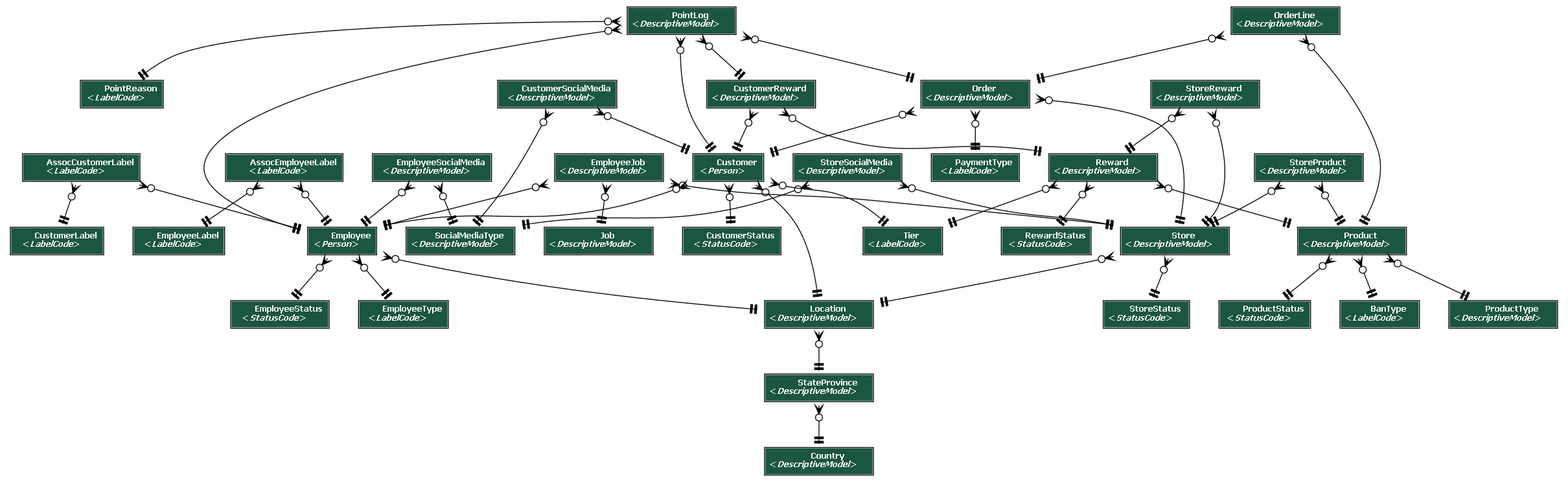
Earlier version of the Graphviz export TechspireSite/TechspireSite/GeneratedFiles/ERD1.png (rebeccahut/TechspireProject). Its source is kept beside it as TechspireSite/TechspireSite/GeneratedFiles/ERD1.dot.
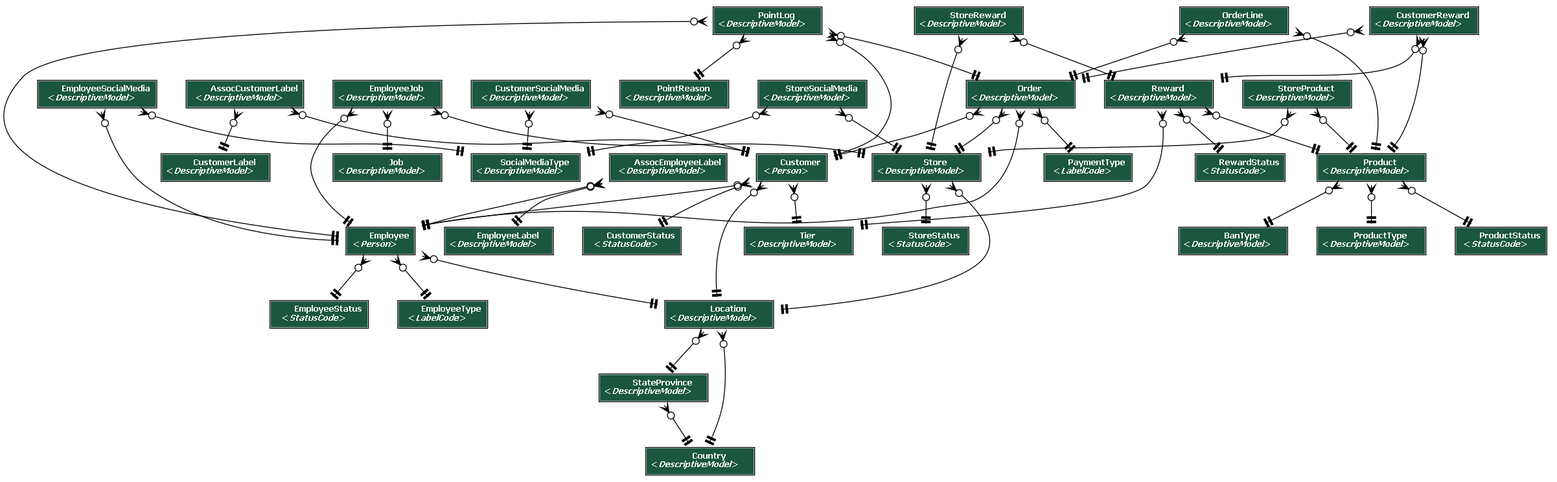
After the commit.

The edit, as a diff of the source:
```diff
@@ -22,7 +22,7 @@
     <TABLE BGCOLOR="white" BORDER="1" CELLBORDER="0" CELLSPACING="0">
     <TR><TD COLSPAN="2" CELLPADDING="5" ALIGN="CENTER" BGCOLOR="#1b563f">
     <FONT FACE="Roboto" COLOR="white" POINT-SIZE="10"><B>
-    CustomerLabel<BR/>&lt;<FONT FACE="Roboto"><I>LabelCode</I></FONT>&gt;
+    CustomerLabel<BR/>&lt;<FONT FACE="Roboto"><I>DescriptiveModel</I></FONT>&gt;
     </B></FONT></TD></TR>
 
     </TABLE>
@@ -32,7 +32,7 @@
     <TABLE BGCOLOR="white" BORDER="1" CELLBORDER="0" CELLSPACING="0">
     <TR><TD COLSPAN="2" CELLPADDING="5" ALIGN="CENTER" BGCOLOR="#1b563f">
     <FONT FACE="Roboto" COLOR="white" POINT-SIZE="10"><B>
-    EmployeeLabel<BR/>&lt;<FONT FACE="Roboto"><I>LabelCode</I></FONT>&gt;
+    EmployeeLabel<BR/>&lt;<FONT FACE="Roboto"><I>DescriptiveModel</I></FONT>&gt;
     </B></FONT></TD></TR>
 
     </TABLE>
@@ -92,7 +92,7 @@
     <TABLE BGCOLOR="white" BORDER="1" CELLBORDER="0" CELLSPACING="0">
     <TR><TD COLSPAN="2" CELLPADDING="5" ALIGN="CENTER" BGCOLOR="#1b563f">
     <FONT FACE="Roboto" COLOR="white" POINT-SIZE="10"><B>
-    BanType<BR/>&lt;<FONT FACE="Roboto"><I>LabelCode</I></FONT>&gt;
+    BanType<BR/>&lt;<FONT FACE="Roboto"><I>DescriptiveModel</I></FONT>&gt;
     </B></FONT></TD></TR>
 
     </TABLE>
@@ -102,7 +102,7 @@
     <TABLE BGCOLOR="white" BORDER="1" CELLBORDER="0" CELLSPACING="0">
     <TR><TD COLSPAN="2" CELLPADDING="5" ALIGN="CENTER" BGCOLOR="#1b563f">
     <FONT FACE="Roboto" COLOR="white" POINT-SIZE="10"><B>
-    PointReason<BR/>&lt;<FONT FACE="Roboto"><I>LabelCode</I></FONT>&gt;
+    PointReason<BR/>&lt;<FONT FACE="Roboto"><I>DescriptiveModel</I></FONT>&gt;
     </B></FONT></TD></TR>
 
     </TABLE>
@@ -142,7 +142,7 @@
     <TABLE BGCOLOR="white" BORDER="1" CELLBORDER="0" CELLSPACING="0">
     <TR><TD COLSPAN="2" CELLPADDING="5" ALIGN="CENTER" BGCOLOR="#1b563f">
     <FONT FACE="Roboto" COLOR="white" POINT-SIZE="10"><B>
-    Tier<BR/>&lt;<FONT FACE="Roboto"><I>LabelCode</I></FONT>&gt;
+    Tier<BR/>&lt;<FONT FACE="Roboto"><I>DescriptiveModel</I></FONT>&gt;
     </B></FONT></TD></TR>
 
     </TABLE>
@@ -192,7 +192,7 @@
     <TABLE BGCOLOR="white" BORDER="1" CELLBORDER="0" CELLSPACING="0">
     <TR><TD COLSPAN="2" CELLPADDING="5" ALIGN="CENTER" BGCOLOR="#1b563f">
     <FONT FACE="Roboto" COLOR="white" POINT-SIZE="10"><B>
-    AssocEmployeeLabel<BR/>&lt;<FONT FACE="Roboto"><I>LabelCode</I></FONT>&gt;
+    AssocEmployeeLabel<BR/>&lt;<FONT FACE="Roboto"><I>DescriptiveModel</I></FONT>&gt;
     </B></FONT></TD></TR>
 
     </TABLE>
@@ -202,7 +202,7 @@
     <TABLE BGCOLOR="white" BORDER="1" CELLBORDER="0" CELLSPACING="0">
     <TR><TD COLSPAN="2" CELLPADDING="5" ALIGN="CENTER" BGCOLOR="#1b563f">
     <FONT FACE="Roboto" COLOR="white" POINT-SIZE="10"><B>
-    AssocCustomerLabel<BR/>&lt;<FONT FACE="Roboto"><I>LabelCode</I></FONT>&gt;
+    AssocCustomerLabel<BR/>&lt;<FONT FACE="Roboto"><I>DescriptiveModel</I></FONT>&gt;
     </B></FONT></TD></TR>
 
     </TABLE>
@@ -378,6 +378,9 @@
   Bakery_models_Location -> Bakery_models_StateProvince
   [label=" "] [arrowhead=none, arrowtail=none, dir=both];
 
+  Bakery_models_Location -> Bakery_models_Country
+  [label=" "] [arrowhead=none, arrowtail=none, dir=both];
+
   Bakery_models_Employee -> Bakery_models_Location
   [label=" "] [arrowhead=none, arrowtail=none, dir=both];
 
@@ -405,7 +408,7 @@
   Bakery_models_AssocEmployeeLabel -> Bakery_models_EmployeeLabel
   [label=" "] [arrowhead=none, arrowtail=none, dir=both];
 
-  Bakery_models_AssocCustomerLabel -> Bakery_models_Employee
+  Bakery_models_AssocCustomerLabel -> Bakery_models_Customer
   [label=" "] [arrowhead=none, arrowtail=none, dir=both];
 
   Bakery_models_AssocCustomerLabel -> Bakery_models_CustomerLabel
@@ -433,6 +436,9 @@
   [label=" "] [arrowhead=none, arrowtail=none, dir=both];
 
   Bakery_models_Order -> Bakery_models_Store
+  [label=" "] [arrowhead=none, arrowtail=none, dir=both];
+
+  Bakery_models_Order -> Bakery_models_Employee
   [label=" "] [arrowhead=none, arrowtail=none, dir=both];
 
   Bakery_models_Product -> Bakery_models_ProductType
@@ -489,10 +495,13 @@
   Bakery_models_StoreReward -> Bakery_models_Store
   [label=" "] [arrowhead=none, arrowtail=none, dir=both];
 
-  Bakery_models_CustomerReward -> Bakery_models_Customer
+  Bakery_models_CustomerReward -> Bakery_models_Order
   [label=" "] [arrowhead=none, arrowtail=none, dir=both];
 
   Bakery_models_CustomerReward -> Bakery_models_Reward
+  [label=" "] [arrowhead=none, arrowtail=none, dir=both];
+
+  Bakery_models_CustomerReward -> Bakery_models_Product
   [label=" "] [arrowhead=none, arrowtail=none, dir=both];
 
   Bakery_models_PointLog -> Bakery_models_Employee
@@ -507,8 +516,5 @@
   Bakery_models_PointLog -> Bakery_models_Order
   [label=" "] [arrowhead=none, arrowtail=none, dir=both];
 
-  Bakery_models_PointLog -> Bakery_models_CustomerReward
-  [label=" "] [arrowhead=none, arrowtail=none, dir=both];
-
 
 }
```
